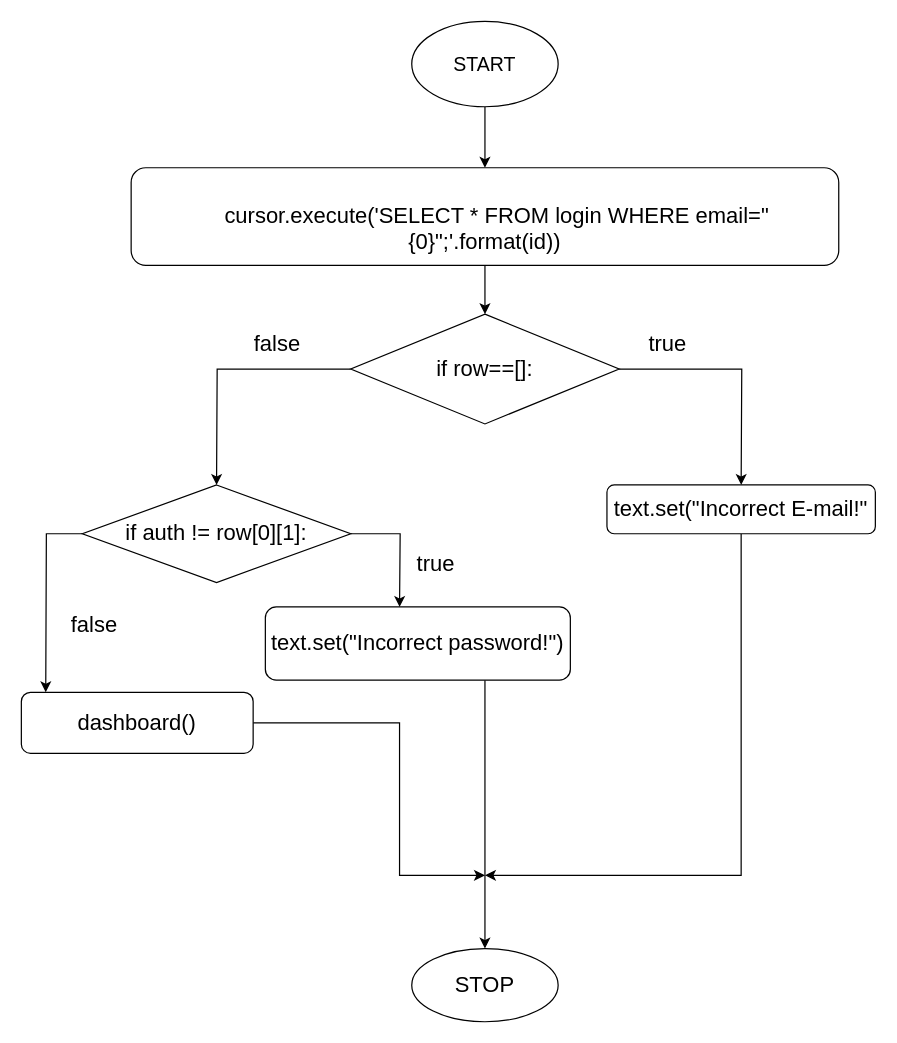
Above: flowchart/login.drawio in quantum-corn/vaxer (draw.io), before the change. Source tidied: cells renumbered, new cells numbered last; positions are measured from the earlier drawing's top-left corner, leaving out a move shared by most shapes. Both pictures are drawn from the tidied source at 122%, with x=0, y=0 at pixel (21, 21).
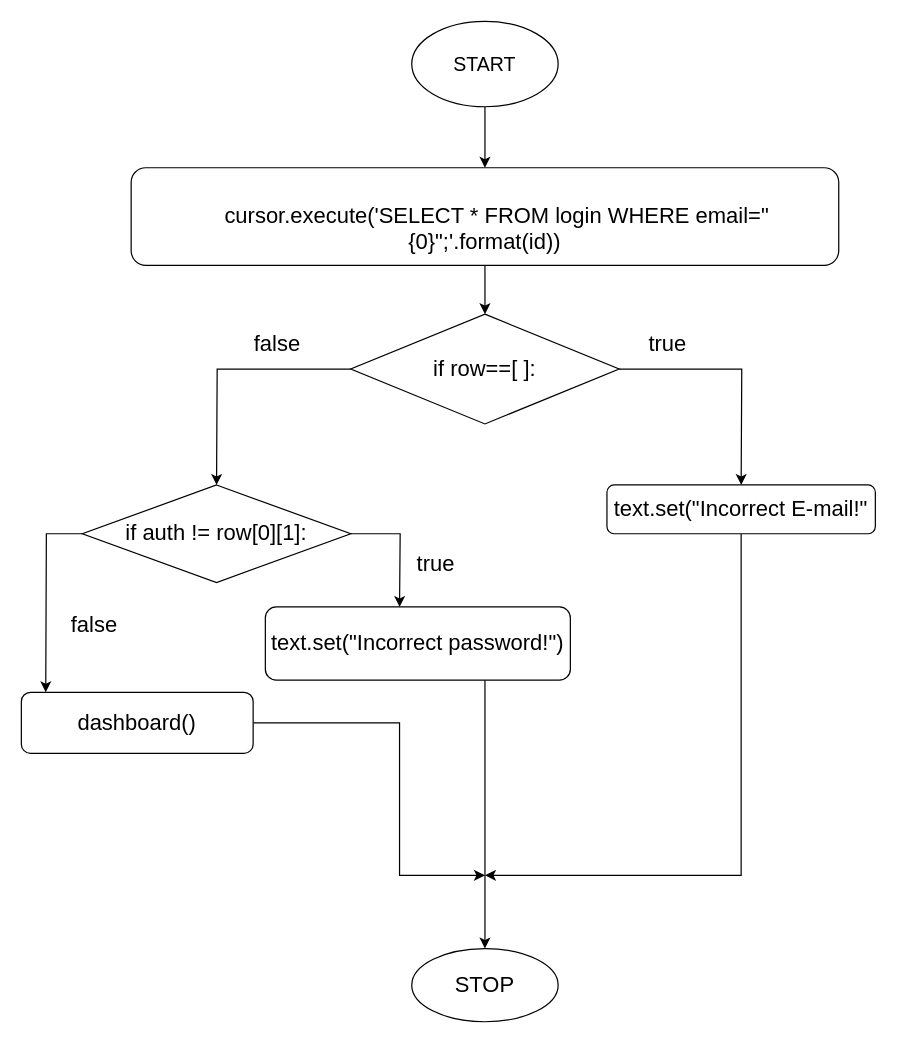
The same page after the edit.

What changed in the source:
```diff
@@
-    <mxCell id="8" value="if row==[]:" style="rhombus;whiteSpace=wrap;html=1;fontSize=18;" parent="1" vertex="1">
+    <mxCell id="8" value="if row==[ ]:" style="rhombus;whiteSpace=wrap;html=1;fontSize=18;" parent="1" vertex="1">
       <mxGeometry x="270" y="240" width="220" height="90" as="geometry" />
     </mxCell>
```
